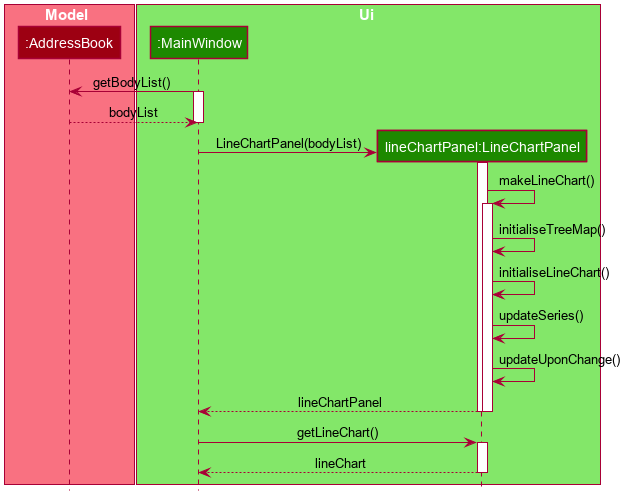
Above: docs/images/LineChartAddBodySequenceDiagram.png in nus-cs2103-AY1920S1/addressbook-level3 (PlantUML), before the change.
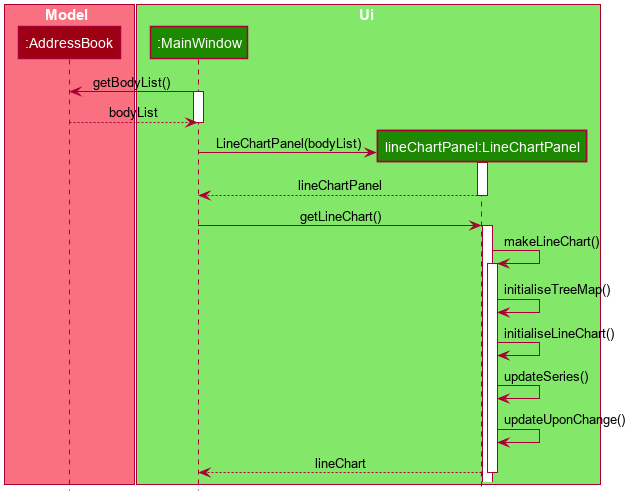
The same diagram one commit later.

Commit message:
Change puml diagram for statisctics feature

Change to the diagram source:
```diff
@@ -69,6 +69,13 @@
 MainWindow -> LineChartPanel : LineChartPanel(bodyList)
 activate LineChartPanel
 
+LineChartPanel --> MainWindow : lineChartPanel
+deactivate LineChartPanel
+
+MainWindow -> LineChartPanel : getLineChart()
+activate LineChartPanel
+
+activate LineChartPanel
 
 LineChartPanel -> LineChartPanel: makeLineChart()
 
@@ -81,15 +88,6 @@
 
 LineChartPanel -> LineChartPanel: updateUponChange()
 
-
-
-LineChartPanel --> MainWindow : lineChartPanel
-deactivate LineChartPanel
-deactivate LineChartPanel
-
-MainWindow -> LineChartPanel : getLineChart()
-activate LineChartPanel
-
 LineChartPanel --> MainWindow : lineChart
 deactivate LineChartPanel
 
```
